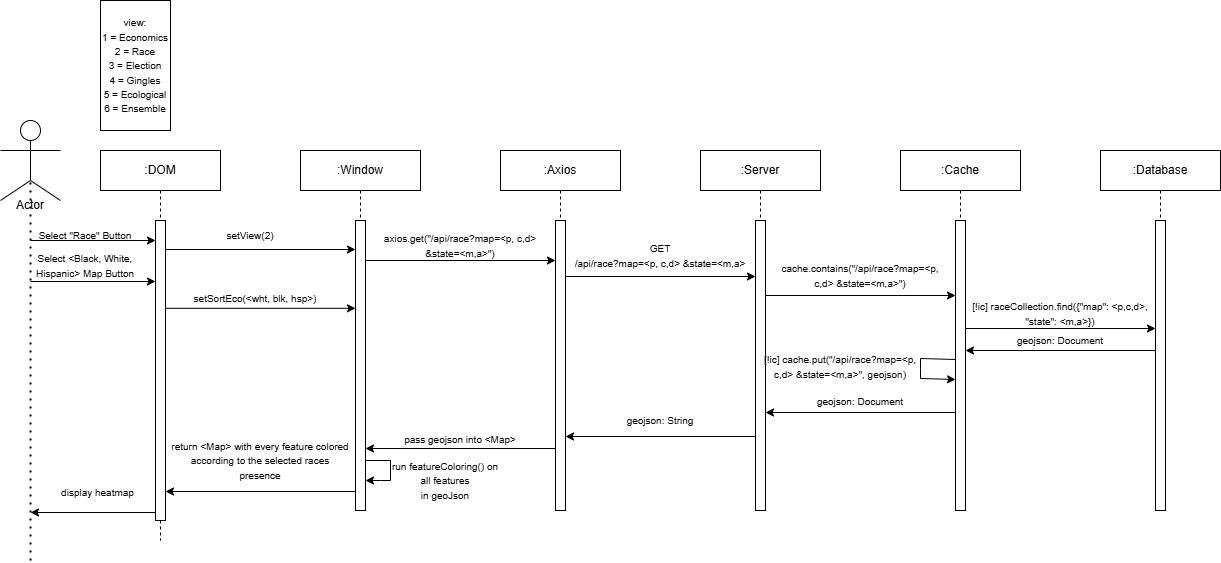
Earlier version of the draw.io export design/GUI_4.png (MelvAziz/CSE-416). Source tidied: cells renumbered, new cells last; positions are measured from the earlier drawing's top-left corner, leaving out a move shared by most shapes. The source it was exported from:
```xml
<mxGraphModel>
  <root>
    <mxCell id="0" />
    <mxCell id="1" parent="0" />
    <mxCell id="2" value=":DOM" style="shape=umlLifeline;perimeter=lifelinePerimeter;whiteSpace=wrap;html=1;newEdgeStyle={&quot;edgeStyle&quot;:&quot;elbowEdgeStyle&quot;,&quot;elbow&quot;:&quot;vertical&quot;,&quot;curved&quot;:0,&quot;rounded&quot;:0};" parent="1" vertex="1">
      <mxGeometry x="100" y="150" width="120" height="390" as="geometry" />
    </mxCell>
    <mxCell id="3" style="html=1;points=[];perimeter=orthogonalPerimeter;outlineConnect=0;targetShapes=umlLifeline;portConstraint=eastwest;newEdgeStyle={&quot;edgeStyle&quot;:&quot;elbowEdgeStyle&quot;,&quot;elbow&quot;:&quot;vertical&quot;,&quot;curved&quot;:0,&quot;rounded&quot;:0};" parent="2" vertex="1">
      <mxGeometry x="55" y="70" width="10" height="300" as="geometry" />
    </mxCell>
    <mxCell id="4" style="ellipse;whiteSpace=wrap;html=1;" parent="1" vertex="1">
      <mxGeometry x="20" y="120" width="20" height="20" as="geometry" />
    </mxCell>
    <mxCell id="5" style="endArrow=none;html=1;rounded=0;" parent="1" edge="1">
      <mxGeometry relative="1" as="geometry">
        <mxPoint y="150" as="sourcePoint" />
        <mxPoint x="60" y="150" as="targetPoint" />
      </mxGeometry>
    </mxCell>
    <mxCell id="6" style="endArrow=none;html=1;rounded=0;entryX=0.5;entryY=1;entryDx=0;entryDy=0;" parent="1" edge="1" target="4">
      <mxGeometry relative="1" as="geometry">
        <mxPoint x="30" y="180" as="sourcePoint" />
      </mxGeometry>
    </mxCell>
    <mxCell id="7" style="endArrow=none;html=1;rounded=0;" parent="1" edge="1">
      <mxGeometry relative="1" as="geometry">
        <mxPoint y="200" as="sourcePoint" />
        <mxPoint x="30" y="180" as="targetPoint" />
      </mxGeometry>
    </mxCell>
    <mxCell id="8" style="endArrow=none;html=1;rounded=0;" parent="1" edge="1">
      <mxGeometry relative="1" as="geometry">
        <mxPoint x="60" y="200" as="sourcePoint" />
        <mxPoint x="30" y="180" as="targetPoint" />
      </mxGeometry>
    </mxCell>
    <mxCell id="9" value="Actor" style="text;html=1;align=center;verticalAlign=middle;whiteSpace=wrap;rounded=0;" parent="1" vertex="1">
      <mxGeometry y="190" width="60" height="30" as="geometry" />
    </mxCell>
    <mxCell id="10" style="endArrow=none;dashed=1;html=1;dashPattern=1 3;strokeWidth=2;rounded=0;" parent="1" edge="1">
      <mxGeometry relative="1" as="geometry">
        <mxPoint x="30" y="560" as="sourcePoint" />
        <mxPoint x="30" y="180" as="targetPoint" />
      </mxGeometry>
    </mxCell>
    <mxCell id="11" style="endArrow=classic;html=1;rounded=0;" parent="1" edge="1" target="3">
      <mxGeometry relative="1" as="geometry">
        <mxPoint x="30" y="240" as="sourcePoint" />
      </mxGeometry>
    </mxCell>
    <mxCell id="12" value="&lt;font style=&quot;font-size: 10px;&quot;&gt;Select &quot;Race&quot; Button&lt;/font&gt;" style="text;html=1;align=center;verticalAlign=middle;whiteSpace=wrap;rounded=0;" parent="1" vertex="1">
      <mxGeometry x="30" y="220" width="110" height="30" as="geometry" />
    </mxCell>
    <mxCell id="13" style="endArrow=classic;html=1;rounded=0;" parent="1" edge="1">
      <mxGeometry relative="1" as="geometry">
        <mxPoint x="165" y="249" as="sourcePoint" />
        <mxPoint x="355" y="249" as="targetPoint" />
      </mxGeometry>
    </mxCell>
    <mxCell id="14" value="&lt;font style=&quot;font-size: 10px;&quot;&gt;setView(2)&lt;/font&gt;" style="text;html=1;align=center;verticalAlign=middle;whiteSpace=wrap;rounded=0;" parent="1" vertex="1">
      <mxGeometry x="210" y="220" width="80" height="30" as="geometry" />
    </mxCell>
    <mxCell id="15" style="endArrow=classic;html=1;rounded=0;" parent="1" edge="1" target="21">
      <mxGeometry relative="1" as="geometry">
        <mxPoint x="360" y="260" as="sourcePoint" />
      </mxGeometry>
    </mxCell>
    <mxCell id="16" value="&lt;font style=&quot;font-size: 10px;&quot;&gt;axios.get(&quot;/api/race?map=&amp;lt;p, c,d&amp;gt; &amp;amp;state=&amp;lt;m,a&amp;gt;&quot;)&lt;/font&gt;" style="text;html=1;align=center;verticalAlign=middle;whiteSpace=wrap;rounded=0;" parent="1" vertex="1">
      <mxGeometry x="370" y="230" width="180" height="30" as="geometry" />
    </mxCell>
    <mxCell id="17" value=":Window" style="shape=umlLifeline;perimeter=lifelinePerimeter;whiteSpace=wrap;html=1;newEdgeStyle={&quot;edgeStyle&quot;:&quot;elbowEdgeStyle&quot;,&quot;elbow&quot;:&quot;vertical&quot;,&quot;curved&quot;:0,&quot;rounded&quot;:0};" parent="1" vertex="1">
      <mxGeometry x="300" y="150" width="120" height="360" as="geometry" />
    </mxCell>
    <mxCell id="18" style="html=1;points=[];perimeter=orthogonalPerimeter;outlineConnect=0;targetShapes=umlLifeline;portConstraint=eastwest;newEdgeStyle={&quot;edgeStyle&quot;:&quot;elbowEdgeStyle&quot;,&quot;elbow&quot;:&quot;vertical&quot;,&quot;curved&quot;:0,&quot;rounded&quot;:0};" parent="17" vertex="1">
      <mxGeometry x="55" y="70" width="10" height="290" as="geometry" />
    </mxCell>
    <mxCell id="19" style="endArrow=classic;html=1;rounded=0;" parent="17" edge="1" source="18" target="18">
      <mxGeometry relative="1" as="geometry">
        <Array as="points">
          <mxPoint x="90" y="310" />
          <mxPoint x="90" y="330" />
          <mxPoint x="80" y="330" />
        </Array>
      </mxGeometry>
    </mxCell>
    <mxCell id="20" value=":Axios" style="shape=umlLifeline;perimeter=lifelinePerimeter;whiteSpace=wrap;html=1;newEdgeStyle={&quot;edgeStyle&quot;:&quot;elbowEdgeStyle&quot;,&quot;elbow&quot;:&quot;vertical&quot;,&quot;curved&quot;:0,&quot;rounded&quot;:0};" parent="1" vertex="1">
      <mxGeometry x="500" y="150" width="120" height="360" as="geometry" />
    </mxCell>
    <mxCell id="21" style="html=1;points=[];perimeter=orthogonalPerimeter;outlineConnect=0;targetShapes=umlLifeline;portConstraint=eastwest;newEdgeStyle={&quot;edgeStyle&quot;:&quot;elbowEdgeStyle&quot;,&quot;elbow&quot;:&quot;vertical&quot;,&quot;curved&quot;:0,&quot;rounded&quot;:0};" parent="20" vertex="1">
      <mxGeometry x="55" y="70" width="10" height="290" as="geometry" />
    </mxCell>
    <mxCell id="22" value=":Server" style="shape=umlLifeline;perimeter=lifelinePerimeter;whiteSpace=wrap;html=1;newEdgeStyle={&quot;edgeStyle&quot;:&quot;elbowEdgeStyle&quot;,&quot;elbow&quot;:&quot;vertical&quot;,&quot;curved&quot;:0,&quot;rounded&quot;:0};" parent="1" vertex="1">
      <mxGeometry x="700" y="150" width="120" height="360" as="geometry" />
    </mxCell>
    <mxCell id="23" style="html=1;perimeter=orthogonalPerimeter;targetShapes=umlLifeline;newEdgeStyle={&quot;edgeStyle&quot;:&quot;elbowEdgeStyle&quot;,&quot;elbow&quot;:&quot;vertical&quot;,&quot;curved&quot;:0,&quot;rounded&quot;:0};" parent="22" vertex="1">
      <mxGeometry x="55" y="70" width="10" height="290" as="geometry" />
    </mxCell>
    <mxCell id="24" style="endArrow=classic;html=1;rounded=0;" parent="1" edge="1">
      <mxGeometry relative="1" as="geometry">
        <mxPoint x="565" y="276" as="sourcePoint" />
        <mxPoint x="755" y="276" as="targetPoint" />
      </mxGeometry>
    </mxCell>
    <mxCell id="25" value="&lt;span style=&quot;font-size: 10px;&quot;&gt;GET&lt;/span&gt;&lt;div&gt;&lt;span style=&quot;font-size: 10px;&quot;&gt;/api/race?map=&amp;lt;p, c,d&amp;gt; &amp;amp;state=&amp;lt;m,a&amp;gt;&lt;/span&gt;&lt;span style=&quot;font-size: 10px;&quot;&gt;&lt;/span&gt;&lt;/div&gt;" style="text;html=1;align=center;verticalAlign=middle;whiteSpace=wrap;rounded=0;" parent="1" vertex="1">
      <mxGeometry x="570" y="240" width="180" height="30" as="geometry" />
    </mxCell>
    <mxCell id="26" value=":Cache" style="shape=umlLifeline;perimeter=lifelinePerimeter;whiteSpace=wrap;html=1;newEdgeStyle={&quot;edgeStyle&quot;:&quot;elbowEdgeStyle&quot;,&quot;elbow&quot;:&quot;vertical&quot;,&quot;curved&quot;:0,&quot;rounded&quot;:0};" parent="1" vertex="1">
      <mxGeometry x="900" y="150" width="120" height="360" as="geometry" />
    </mxCell>
    <mxCell id="27" style="html=1;perimeter=orthogonalPerimeter;targetShapes=umlLifeline;newEdgeStyle={&quot;edgeStyle&quot;:&quot;elbowEdgeStyle&quot;,&quot;elbow&quot;:&quot;vertical&quot;,&quot;curved&quot;:0,&quot;rounded&quot;:0};" parent="26" vertex="1">
      <mxGeometry x="55" y="70" width="10" height="290" as="geometry" />
    </mxCell>
    <mxCell id="28" style="endArrow=classic;html=1;rounded=0;" parent="26" edge="1">
      <mxGeometry relative="1" as="geometry">
        <mxPoint x="55" y="209" as="sourcePoint" />
        <mxPoint x="55" y="229" as="targetPoint" />
        <Array as="points">
          <mxPoint x="20" y="208" />
          <mxPoint x="20" y="218" />
          <mxPoint x="20" y="228" />
        </Array>
      </mxGeometry>
    </mxCell>
    <mxCell id="29" value=":Database" style="shape=umlLifeline;perimeter=lifelinePerimeter;whiteSpace=wrap;html=1;newEdgeStyle={&quot;edgeStyle&quot;:&quot;elbowEdgeStyle&quot;,&quot;elbow&quot;:&quot;vertical&quot;,&quot;curved&quot;:0,&quot;rounded&quot;:0};" parent="1" vertex="1">
      <mxGeometry x="1100" y="150" width="120" height="360" as="geometry" />
    </mxCell>
    <mxCell id="30" style="html=1;perimeter=orthogonalPerimeter;targetShapes=umlLifeline;newEdgeStyle={&quot;edgeStyle&quot;:&quot;elbowEdgeStyle&quot;,&quot;elbow&quot;:&quot;vertical&quot;,&quot;curved&quot;:0,&quot;rounded&quot;:0};" parent="29" vertex="1">
      <mxGeometry x="55" y="70" width="10" height="290" as="geometry" />
    </mxCell>
    <mxCell id="31" style="endArrow=classic;html=1;rounded=0;" parent="1" edge="1">
      <mxGeometry relative="1" as="geometry">
        <mxPoint x="765" y="295" as="sourcePoint" />
        <mxPoint x="955" y="295" as="targetPoint" />
      </mxGeometry>
    </mxCell>
    <mxCell id="32" value="&lt;span style=&quot;font-size: 10px;&quot;&gt;cache.contains(&quot;&lt;/span&gt;&lt;span style=&quot;font-size: 10px;&quot;&gt;/api/race?map=&amp;lt;p, c,d&amp;gt; &amp;amp;state=&amp;lt;m,a&amp;gt;&quot;&lt;/span&gt;&lt;span style=&quot;font-size: 10px;&quot;&gt;)&lt;/span&gt;" style="text;html=1;align=center;verticalAlign=middle;whiteSpace=wrap;rounded=0;" parent="1" vertex="1">
      <mxGeometry x="770" y="260" width="180" height="30" as="geometry" />
    </mxCell>
    <mxCell id="33" style="endArrow=classic;html=1;rounded=0;" parent="1" edge="1">
      <mxGeometry relative="1" as="geometry">
        <mxPoint x="965" y="328" as="sourcePoint" />
        <mxPoint x="1155" y="328" as="targetPoint" />
      </mxGeometry>
    </mxCell>
    <mxCell id="34" value="&lt;font style=&quot;font-size: 10px;&quot;&gt;[!ic] raceCollection.find({&quot;map&quot;: &amp;lt;p,c,d&amp;gt;, &quot;state&quot;: &amp;lt;m,a&amp;gt;})&lt;/font&gt;" style="text;html=1;align=center;verticalAlign=middle;whiteSpace=wrap;rounded=0;" parent="1" vertex="1">
      <mxGeometry x="970" y="298" width="180" height="30" as="geometry" />
    </mxCell>
    <mxCell id="35" style="endArrow=classic;html=1;rounded=0;" parent="1" edge="1">
      <mxGeometry relative="1" as="geometry">
        <mxPoint x="1155" y="350" as="sourcePoint" />
        <mxPoint x="965" y="350" as="targetPoint" />
      </mxGeometry>
    </mxCell>
    <mxCell id="36" value="&lt;span style=&quot;font-size: 10px;&quot;&gt;geojson: Document&lt;/span&gt;" style="text;html=1;align=center;verticalAlign=middle;whiteSpace=wrap;rounded=0;" parent="1" vertex="1">
      <mxGeometry x="970" y="330" width="180" height="20" as="geometry" />
    </mxCell>
    <mxCell id="37" style="endArrow=classic;html=1;rounded=0;" parent="1" edge="1">
      <mxGeometry relative="1" as="geometry">
        <mxPoint x="955" y="412" as="sourcePoint" />
        <mxPoint x="765" y="412" as="targetPoint" />
      </mxGeometry>
    </mxCell>
    <mxCell id="38" value="&lt;span style=&quot;font-size: 10px;&quot;&gt;geojson: Document&lt;/span&gt;" style="text;html=1;align=center;verticalAlign=middle;whiteSpace=wrap;rounded=0;" parent="1" vertex="1">
      <mxGeometry x="770" y="393" width="180" height="16" as="geometry" />
    </mxCell>
    <mxCell id="39" style="endArrow=classic;html=1;rounded=0;" parent="1" edge="1">
      <mxGeometry relative="1" as="geometry">
        <mxPoint x="755" y="436" as="sourcePoint" />
        <mxPoint x="565" y="436" as="targetPoint" />
      </mxGeometry>
    </mxCell>
    <mxCell id="40" value="&lt;span style=&quot;font-size: 10px;&quot;&gt;geojson: String&lt;/span&gt;" style="text;html=1;align=center;verticalAlign=middle;whiteSpace=wrap;rounded=0;" parent="1" vertex="1">
      <mxGeometry x="570" y="410" width="180" height="20" as="geometry" />
    </mxCell>
    <mxCell id="41" style="endArrow=classic;html=1;rounded=0;" parent="1" edge="1">
      <mxGeometry relative="1" as="geometry">
        <mxPoint x="555" y="448" as="sourcePoint" />
        <mxPoint x="365" y="448" as="targetPoint" />
      </mxGeometry>
    </mxCell>
    <mxCell id="42" value="&lt;span style=&quot;font-size: 10px;&quot;&gt;pass geojson into &amp;lt;Map&amp;gt;&lt;/span&gt;" style="text;html=1;align=center;verticalAlign=middle;whiteSpace=wrap;rounded=0;" parent="1" vertex="1">
      <mxGeometry x="370" y="429" width="180" height="20" as="geometry" />
    </mxCell>
    <mxCell id="43" style="endArrow=classic;html=1;rounded=0;exitX=1;exitY=1;exitDx=0;exitDy=0;" parent="1" edge="1">
      <mxGeometry relative="1" as="geometry">
        <mxPoint x="355" y="491" as="sourcePoint" />
        <mxPoint x="165" y="491" as="targetPoint" />
      </mxGeometry>
    </mxCell>
    <mxCell id="44" style="endArrow=classic;html=1;rounded=0;" parent="1" edge="1">
      <mxGeometry relative="1" as="geometry">
        <mxPoint x="155" y="512" as="sourcePoint" />
        <mxPoint x="30" y="512" as="targetPoint" />
      </mxGeometry>
    </mxCell>
    <mxCell id="45" value="&lt;span style=&quot;font-size: 10px;&quot;&gt;display heatmap&lt;/span&gt;" style="edgeLabel;html=1;align=center;verticalAlign=middle;" parent="44" vertex="1">
      <mxGeometry x="-0.07" y="-2" relative="1" as="geometry">
        <mxPoint y="-18" as="offset" />
      </mxGeometry>
    </mxCell>
    <mxCell id="46" value="&lt;font style=&quot;font-size: 10px;&quot;&gt;view:&lt;/font&gt;&lt;div&gt;&lt;font style=&quot;font-size: 10px;&quot;&gt;1 = Economics&lt;/font&gt;&lt;/div&gt;&lt;div&gt;&lt;font style=&quot;font-size: 10px;&quot;&gt;2 = Race&lt;/font&gt;&lt;/div&gt;&lt;div&gt;&lt;font style=&quot;font-size: 10px;&quot;&gt;3 = Election&lt;/font&gt;&lt;/div&gt;&lt;div&gt;&lt;font style=&quot;font-size: 10px;&quot;&gt;4 = Gingles&lt;/font&gt;&lt;/div&gt;&lt;div&gt;&lt;font style=&quot;font-size: 10px;&quot;&gt;5 = Ecological&lt;/font&gt;&lt;/div&gt;&lt;div&gt;&lt;font style=&quot;font-size: 10px;&quot;&gt;6 = Ensemble&lt;/font&gt;&lt;/div&gt;" style="rounded=0;whiteSpace=wrap;html=1;" parent="1" vertex="1">
      <mxGeometry x="100" width="70" height="130" as="geometry" />
    </mxCell>
    <mxCell id="47" value="&lt;font style=&quot;font-size: 10px;&quot;&gt;[!ic] cache.put(&quot;/api/race?map=&amp;lt;p, c,d&amp;gt; &amp;amp;state=&amp;lt;m,a&amp;gt;&quot;, geojson)&lt;/font&gt;" style="text;html=1;align=center;verticalAlign=middle;whiteSpace=wrap;rounded=0;" parent="1" vertex="1">
      <mxGeometry x="760" y="356" width="160" height="20" as="geometry" />
    </mxCell>
    <mxCell id="48" style="endArrow=classic;html=1;rounded=0;" parent="1" edge="1">
      <mxGeometry relative="1" as="geometry">
        <mxPoint x="165" y="307.8" as="sourcePoint" />
        <mxPoint x="355" y="307.8" as="targetPoint" />
      </mxGeometry>
    </mxCell>
    <mxCell id="49" value="&lt;font style=&quot;font-size: 10px;&quot;&gt;setSortEco(&amp;lt;wht, blk, hsp&amp;gt;)&lt;/font&gt;" style="text;html=1;align=center;verticalAlign=middle;whiteSpace=wrap;rounded=0;" parent="1" vertex="1">
      <mxGeometry x="170" y="283" width="170" height="30" as="geometry" />
    </mxCell>
    <mxCell id="50" style="endArrow=classic;html=1;rounded=0;" parent="1" edge="1">
      <mxGeometry relative="1" as="geometry">
        <mxPoint x="30" y="281" as="sourcePoint" />
        <mxPoint x="155" y="281" as="targetPoint" />
      </mxGeometry>
    </mxCell>
    <mxCell id="51" value="&lt;span style=&quot;font-size: 10px;&quot;&gt;Select &amp;lt;Black, White, Hispanic&amp;gt; Map Button&lt;/span&gt;" style="text;html=1;align=center;verticalAlign=middle;whiteSpace=wrap;rounded=0;" parent="1" vertex="1">
      <mxGeometry x="30" y="250" width="110" height="30" as="geometry" />
    </mxCell>
    <mxCell id="52" value="&lt;font style=&quot;font-size: 10px;&quot;&gt;run featureColoring() on all features&lt;/font&gt;&lt;div&gt;&lt;font style=&quot;&quot;&gt;&lt;span style=&quot;font-size: 10px;&quot;&gt;in &lt;/span&gt;&lt;font style=&quot;font-size: 10px;&quot;&gt;geoJson&lt;/font&gt;&lt;/font&gt;&lt;/div&gt;" style="text;html=1;align=center;verticalAlign=middle;whiteSpace=wrap;rounded=0;" parent="1" vertex="1">
      <mxGeometry x="390" y="470" width="110" height="20" as="geometry" />
    </mxCell>
    <mxCell id="53" value="&lt;span style=&quot;font-size: 10px;&quot;&gt;return &amp;lt;Map&amp;gt; with every feature colored according to the selected races presence&lt;/span&gt;" style="text;html=1;align=center;verticalAlign=middle;whiteSpace=wrap;rounded=0;" parent="1" vertex="1">
      <mxGeometry x="170" y="450" width="180" height="20" as="geometry" />
    </mxCell>
  </root>
</mxGraphModel>
```
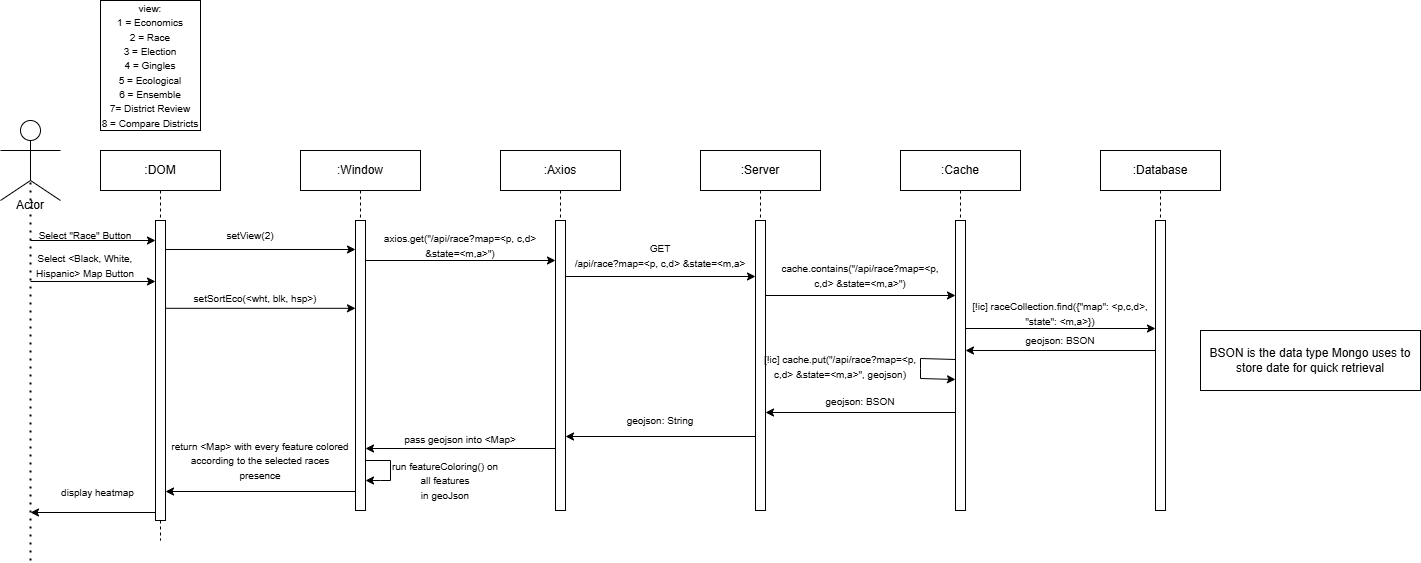
After the change.

What changed in the source:
```diff
@@ -151,7 +151,7 @@
         <mxPoint x="965" y="350" as="targetPoint" />
       </mxGeometry>
     </mxCell>
-    <mxCell id="36" value="&lt;span style=&quot;font-size: 10px;&quot;&gt;geojson: Document&lt;/span&gt;" style="text;html=1;align=center;verticalAlign=middle;whiteSpace=wrap;rounded=0;" parent="1" vertex="1">
+    <mxCell id="36" value="&lt;span style=&quot;font-size: 10px;&quot;&gt;geojson: BSON&lt;/span&gt;" style="text;html=1;align=center;verticalAlign=middle;whiteSpace=wrap;rounded=0;" parent="1" vertex="1">
       <mxGeometry x="970" y="330" width="180" height="20" as="geometry" />
     </mxCell>
     <mxCell id="37" style="endArrow=classic;html=1;rounded=0;" parent="1" edge="1">
@@ -160,7 +160,7 @@
         <mxPoint x="765" y="412" as="targetPoint" />
       </mxGeometry>
     </mxCell>
-    <mxCell id="38" value="&lt;span style=&quot;font-size: 10px;&quot;&gt;geojson: Document&lt;/span&gt;" style="text;html=1;align=center;verticalAlign=middle;whiteSpace=wrap;rounded=0;" parent="1" vertex="1">
+    <mxCell id="38" value="&lt;span style=&quot;font-size: 10px;&quot;&gt;geojson: BSON&lt;/span&gt;" style="text;html=1;align=center;verticalAlign=middle;whiteSpace=wrap;rounded=0;" parent="1" vertex="1">
       <mxGeometry x="770" y="393" width="180" height="16" as="geometry" />
     </mxCell>
     <mxCell id="39" style="endArrow=classic;html=1;rounded=0;" parent="1" edge="1">
@@ -198,8 +198,8 @@
         <mxPoint y="-18" as="offset" />
       </mxGeometry>
     </mxCell>
-    <mxCell id="46" value="&lt;font style=&quot;font-size: 10px;&quot;&gt;view:&lt;/font&gt;&lt;div&gt;&lt;font style=&quot;font-size: 10px;&quot;&gt;1 = Economics&lt;/font&gt;&lt;/div&gt;&lt;div&gt;&lt;font style=&quot;font-size: 10px;&quot;&gt;2 = Race&lt;/font&gt;&lt;/div&gt;&lt;div&gt;&lt;font style=&quot;font-size: 10px;&quot;&gt;3 = Election&lt;/font&gt;&lt;/div&gt;&lt;div&gt;&lt;font style=&quot;font-size: 10px;&quot;&gt;4 = Gingles&lt;/font&gt;&lt;/div&gt;&lt;div&gt;&lt;font style=&quot;font-size: 10px;&quot;&gt;5 = Ecological&lt;/font&gt;&lt;/div&gt;&lt;div&gt;&lt;font style=&quot;font-size: 10px;&quot;&gt;6 = Ensemble&lt;/font&gt;&lt;/div&gt;" style="rounded=0;whiteSpace=wrap;html=1;" parent="1" vertex="1">
-      <mxGeometry x="100" width="70" height="130" as="geometry" />
+    <mxCell id="46" value="&lt;font style=&quot;font-size: 10px;&quot;&gt;view:&lt;/font&gt;&lt;div&gt;&lt;font style=&quot;font-size: 10px;&quot;&gt;1 = Economics&lt;/font&gt;&lt;/div&gt;&lt;div&gt;&lt;font style=&quot;font-size: 10px;&quot;&gt;2 = Race&lt;/font&gt;&lt;/div&gt;&lt;div&gt;&lt;font style=&quot;font-size: 10px;&quot;&gt;3 = Election&lt;/font&gt;&lt;/div&gt;&lt;div&gt;&lt;font style=&quot;font-size: 10px;&quot;&gt;4 = Gingles&lt;/font&gt;&lt;/div&gt;&lt;div&gt;&lt;font style=&quot;font-size: 10px;&quot;&gt;5 = Ecological&lt;/font&gt;&lt;/div&gt;&lt;div&gt;&lt;font style=&quot;font-size: 10px;&quot;&gt;6 = Ensemble&lt;/font&gt;&lt;/div&gt;&lt;div&gt;&lt;font style=&quot;font-size: 10px;&quot;&gt;7= District Review&lt;/font&gt;&lt;/div&gt;&lt;div&gt;&lt;font style=&quot;font-size: 10px;&quot;&gt;8 = Compare Districts&lt;/font&gt;&lt;/div&gt;" style="rounded=0;whiteSpace=wrap;html=1;" parent="1" vertex="1">
+      <mxGeometry x="100" width="100" height="130" as="geometry" />
     </mxCell>
     <mxCell id="47" value="&lt;font style=&quot;font-size: 10px;&quot;&gt;[!ic] cache.put(&quot;/api/race?map=&amp;lt;p, c,d&amp;gt; &amp;amp;state=&amp;lt;m,a&amp;gt;&quot;, geojson)&lt;/font&gt;" style="text;html=1;align=center;verticalAlign=middle;whiteSpace=wrap;rounded=0;" parent="1" vertex="1">
       <mxGeometry x="760" y="356" width="160" height="20" as="geometry" />
@@ -228,5 +228,8 @@
     <mxCell id="53" value="&lt;span style=&quot;font-size: 10px;&quot;&gt;return &amp;lt;Map&amp;gt; with every feature colored according to the selected races presence&lt;/span&gt;" style="text;html=1;align=center;verticalAlign=middle;whiteSpace=wrap;rounded=0;" parent="1" vertex="1">
       <mxGeometry x="170" y="450" width="180" height="20" as="geometry" />
     </mxCell>
+    <mxCell id="54" value="BSON is the data type Mongo uses to store date for quick retrieval" style="rounded=0;whiteSpace=wrap;html=1;" parent="1" vertex="1">
+      <mxGeometry x="1200" y="330" width="220" height="60" as="geometry" />
+    </mxCell>
   </root>
 </mxGraphModel>
```
